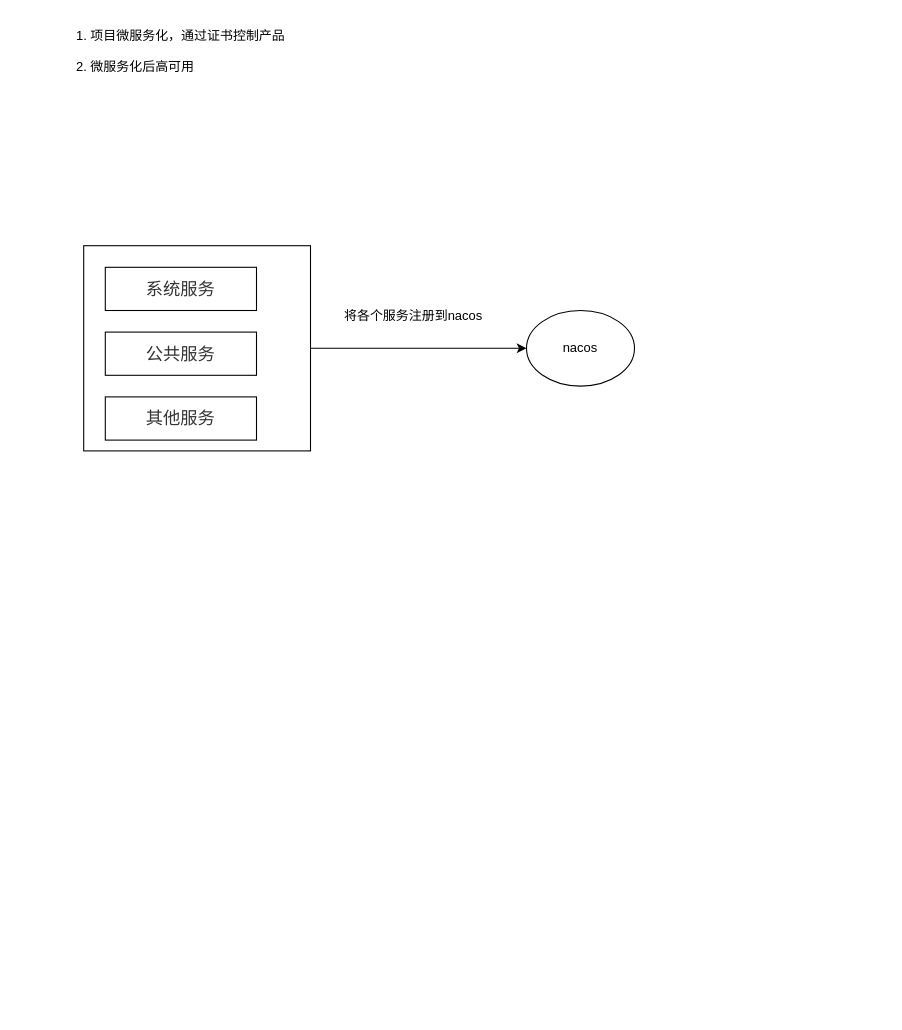
Above: 微服务化.drawio in Rodma1/draw (draw.io), before the change. Source tidied: cells renumbered, new cells numbered last; positions are measured from the earlier drawing's top-left corner, leaving out a move shared by most shapes. Both pictures are drawn from the tidied source at 108%, with x=0, y=0 at pixel (51, 18).
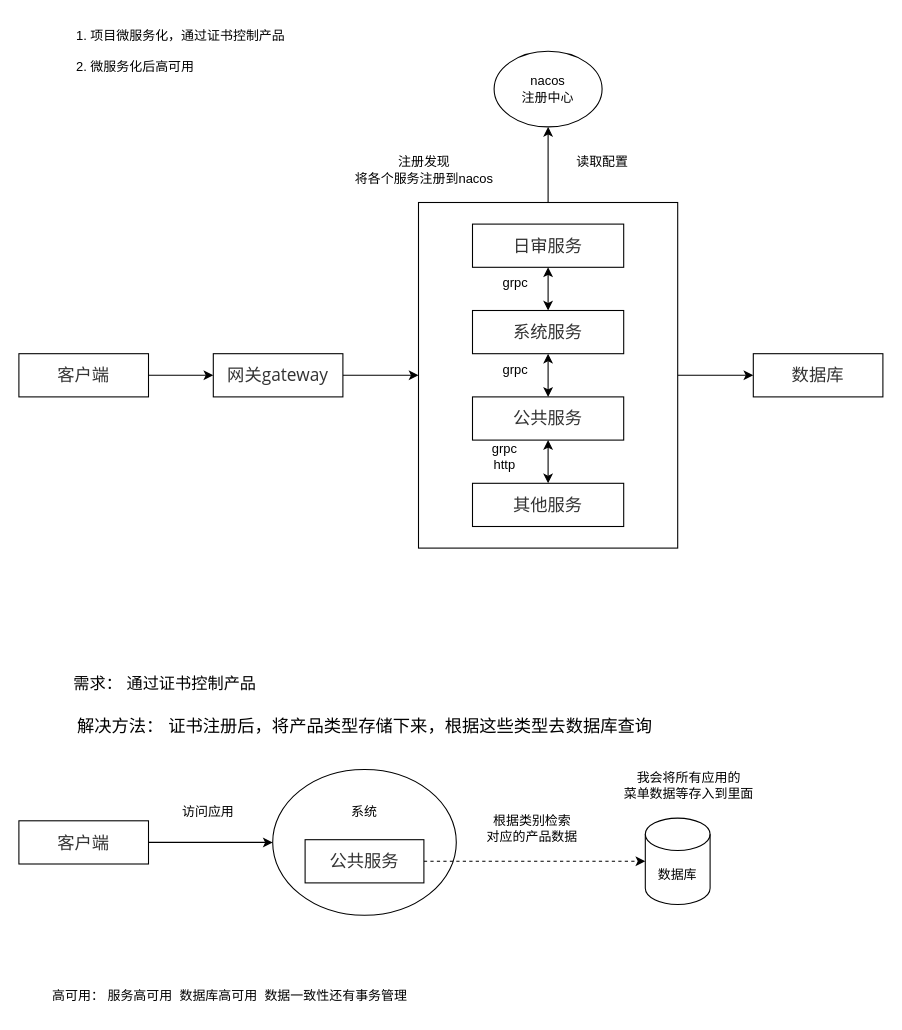
The same page after the edit.

Commit message (it also covers changes not shown here):
更新微服务化.drawio

Change to the diagram source:
```diff
@@
+    <mxCell id="10" style="ellipse;whiteSpace=wrap;html=1;" parent="1" vertex="1">
+      <mxGeometry x="205" y="695" width="170" height="135" as="geometry" />
+    </mxCell>
-    <mxCell id="2" style="edgeStyle=orthogonalEdgeStyle;rounded=0;jettySize=auto;html=1;entryX=0;entryY=0.5;entryDx=0;entryDy=0;" parent="1" edge="1" source="3" target="8">
+    <mxCell id="2" style="edgeStyle=orthogonalEdgeStyle;rounded=0;jettySize=auto;html=1;entryX=0.5;entryY=1;entryDx=0;entryDy=0;" parent="1" edge="1" source="3" target="8">
       <mxGeometry relative="1" as="geometry" />
     </mxCell>
+    <mxCell id="11" style="edgeStyle=orthogonalEdgeStyle;rounded=0;jettySize=auto;html=1;entryX=0;entryY=0.5;entryDx=0;entryDy=0;" parent="1" edge="1" source="3" target="35">
+      <mxGeometry relative="1" as="geometry" />
+    </mxCell>
     <mxCell id="3" style="whiteSpace=wrap;html=1;" parent="1" vertex="1">
-      <mxGeometry x="30" y="210" width="210" height="190" as="geometry" />
+      <mxGeometry x="340" y="170" width="240" height="320" as="geometry" />
     </mxCell>
@@
+    <mxCell id="12" value="&lt;span style=&quot;color: rgb(51, 51, 51); font-family: &amp;quot;Open Sans&amp;quot;, &amp;quot;Clear Sans&amp;quot;, &amp;quot;Helvetica Neue&amp;quot;, Helvetica, Arial, &amp;quot;Segoe UI Emoji&amp;quot;, sans-serif; font-size: 16px; orphans: 4; text-align: start; white-space-collapse: preserve; background-color: rgb(255, 255, 255);&quot;&gt;日审服务&lt;/span&gt;" style="rounded=0;whiteSpace=wrap;html=1;" parent="1" vertex="1">
+      <mxGeometry x="390" y="190" width="140" height="40" as="geometry" />
+    </mxCell>
     <mxCell id="5" value="&lt;span style=&quot;color: rgb(51, 51, 51); font-family: &amp;quot;Open Sans&amp;quot;, &amp;quot;Clear Sans&amp;quot;, &amp;quot;Helvetica Neue&amp;quot;, Helvetica, Arial, &amp;quot;Segoe UI Emoji&amp;quot;, sans-serif; font-size: 16px; orphans: 4; text-align: start; white-space-collapse: preserve; background-color: rgb(255, 255, 255);&quot;&gt;公共服务&lt;/span&gt;" style="rounded=0;whiteSpace=wrap;html=1;" parent="1" vertex="1">
-      <mxGeometry x="50" y="290" width="140" height="40" as="geometry" />
+      <mxGeometry x="390" y="350" width="140" height="40" as="geometry" />
     </mxCell>
     <mxCell id="6" value="&lt;span style=&quot;color: rgb(51, 51, 51); font-family: &amp;quot;Open Sans&amp;quot;, &amp;quot;Clear Sans&amp;quot;, &amp;quot;Helvetica Neue&amp;quot;, Helvetica, Arial, &amp;quot;Segoe UI Emoji&amp;quot;, sans-serif; font-size: 16px; orphans: 4; text-align: start; white-space-collapse: preserve; background-color: rgb(255, 255, 255);&quot;&gt;系统服务&lt;/span&gt;" style="rounded=0;whiteSpace=wrap;html=1;" parent="1" vertex="1">
-      <mxGeometry x="50" y="230" width="140" height="40" as="geometry" />
+      <mxGeometry x="390" y="270" width="140" height="40" as="geometry" />
     </mxCell>
     <mxCell id="7" value="&lt;div style=&quot;orphans: 4; text-align: start;&quot;&gt;&lt;font face=&quot;Open Sans, Clear Sans, Helvetica Neue, Helvetica, Arial, Segoe UI Emoji, sans-serif&quot; color=&quot;#333333&quot;&gt;&lt;span style=&quot;font-size: 16px; white-space-collapse: preserve; background-color: rgb(255, 255, 255);&quot;&gt;其他服务&lt;/span&gt;&lt;/font&gt;&lt;/div&gt;" style="rounded=0;whiteSpace=wrap;html=1;" parent="1" vertex="1">
-      <mxGeometry x="50" y="350" width="140" height="40" as="geometry" />
+      <mxGeometry x="390" y="430" width="140" height="40" as="geometry" />
     </mxCell>
-    <mxCell id="8" value="nacos" style="ellipse;whiteSpace=wrap;html=1;" parent="1" vertex="1">
-      <mxGeometry x="440" y="270" width="100" height="70" as="geometry" />
+    <mxCell id="8" value="nacos&lt;div&gt;注册中心&lt;/div&gt;" style="ellipse;whiteSpace=wrap;html=1;" parent="1" vertex="1">
+      <mxGeometry x="410" y="30" width="100" height="70" as="geometry" />
     </mxCell>
-    <mxCell id="9" value="将各个服务注册到nacos" style="text;html=1;align=center;verticalAlign=middle;strokeColor=none;fillColor=none;" parent="1" vertex="1">
-      <mxGeometry x="260" y="260" width="150" height="30" as="geometry" />
+    <mxCell id="9" value="&lt;div&gt;注册发现&lt;/div&gt;将各个服务注册到nacos" style="text;html=1;align=center;verticalAlign=middle;strokeColor=none;fillColor=none;" parent="1" vertex="1">
+      <mxGeometry x="270" y="120" width="150" height="40" as="geometry" />
     </mxCell>
+    <mxCell id="13" style="edgeStyle=orthogonalEdgeStyle;rounded=0;jettySize=auto;html=1;dashed=1;" parent="1" edge="1" source="14">
+      <mxGeometry relative="1" as="geometry">
+        <mxPoint x="550" y="780" as="targetPoint" />
+      </mxGeometry>
+    </mxCell>
+    <mxCell id="14" value="&lt;span style=&quot;color: rgb(51, 51, 51); font-family: &amp;quot;Open Sans&amp;quot;, &amp;quot;Clear Sans&amp;quot;, &amp;quot;Helvetica Neue&amp;quot;, Helvetica, Arial, &amp;quot;Segoe UI Emoji&amp;quot;, sans-serif; font-size: 16px; orphans: 4; text-align: start; white-space-collapse: preserve; background-color: rgb(255, 255, 255);&quot;&gt;公共服务&lt;/span&gt;" style="rounded=0;whiteSpace=wrap;html=1;" parent="1" vertex="1">
+      <mxGeometry x="235" y="760" width="110" height="40" as="geometry" />
+    </mxCell>
+    <mxCell id="15" value="&lt;font style=&quot;font-size: 15px;&quot;&gt;需求： 通过证书控制产品&lt;/font&gt;" style="text;html=1;align=center;verticalAlign=middle;strokeColor=none;fillColor=none;" parent="1" vertex="1">
+      <mxGeometry x="10" y="600" width="190" height="30" as="geometry" />
+    </mxCell>
+    <mxCell id="16" value="&lt;font style=&quot;font-size: 16px;&quot;&gt;解决方法： 证书注册后，将产品类型存储下来，根据这些类型去数据库查询&lt;/font&gt;" style="text;html=1;align=center;verticalAlign=middle;strokeColor=none;fillColor=none;" parent="1" vertex="1">
+      <mxGeometry x="10" y="640" width="560" height="30" as="geometry" />
+    </mxCell>
+    <mxCell id="17" style="edgeStyle=orthogonalEdgeStyle;rounded=0;jettySize=auto;html=1;entryX=0;entryY=0.5;entryDx=0;entryDy=0;" parent="1" edge="1" source="18" target="10">
+      <mxGeometry relative="1" as="geometry" />
+    </mxCell>
+    <mxCell id="18" value="&lt;span style=&quot;color: rgb(51, 51, 51); font-family: &amp;quot;Open Sans&amp;quot;, &amp;quot;Clear Sans&amp;quot;, &amp;quot;Helvetica Neue&amp;quot;, Helvetica, Arial, &amp;quot;Segoe UI Emoji&amp;quot;, sans-serif; font-size: 16px; orphans: 4; text-align: start; white-space-collapse: preserve; background-color: rgb(255, 255, 255);&quot;&gt;客户端&lt;/span&gt;" style="rounded=0;whiteSpace=wrap;html=1;" parent="1" vertex="1">
+      <mxGeometry x="-30" y="742.5" width="120" height="40" as="geometry" />
+    </mxCell>
+    <mxCell id="19" value="系统" style="text;html=1;align=center;verticalAlign=middle;whiteSpace=wrap;rounded=0;" parent="1" vertex="1">
+      <mxGeometry x="260" y="720" width="60" height="30" as="geometry" />
+    </mxCell>
+    <mxCell id="20" value="访问应用" style="text;html=1;align=center;verticalAlign=middle;strokeColor=none;fillColor=none;" parent="1" vertex="1">
+      <mxGeometry x="110" y="720" width="70" height="30" as="geometry" />
+    </mxCell>
+    <mxCell id="21" value="根据类别检索&lt;div&gt;对应的产品数据&lt;/div&gt;" style="text;html=1;align=center;verticalAlign=middle;strokeColor=none;fillColor=none;" parent="1" vertex="1">
+      <mxGeometry x="390" y="730" width="110" height="40" as="geometry" />
+    </mxCell>
+    <mxCell id="22" value="数据库" style="shape=cylinder3;whiteSpace=wrap;html=1;boundedLbl=1;backgroundOutline=1;size=15;" parent="1" vertex="1">
+      <mxGeometry x="550" y="740" width="60" height="80" as="geometry" />
+    </mxCell>
+    <mxCell id="23" value="我会将所有应用的&lt;div&gt;菜单数据等存入到里面&lt;/div&gt;" style="text;html=1;align=center;verticalAlign=middle;strokeColor=none;fillColor=none;" parent="1" vertex="1">
+      <mxGeometry x="520" y="690" width="140" height="40" as="geometry" />
+    </mxCell>
+    <mxCell id="24" value="高可用： 服务高可用&amp;nbsp; 数据库高可用&amp;nbsp; 数据一致性还有事务管理" style="text;html=1;align=center;verticalAlign=middle;strokeColor=none;fillColor=none;" parent="1" vertex="1">
+      <mxGeometry x="-10" y="890" width="350" height="30" as="geometry" />
+    </mxCell>
+    <mxCell id="25" style="edgeStyle=orthogonalEdgeStyle;rounded=0;jettySize=auto;html=1;" parent="1" edge="1" source="26" target="28">
+      <mxGeometry relative="1" as="geometry" />
+    </mxCell>
+    <mxCell id="26" value="&lt;span style=&quot;color: rgb(51, 51, 51); font-family: &amp;quot;Open Sans&amp;quot;, &amp;quot;Clear Sans&amp;quot;, &amp;quot;Helvetica Neue&amp;quot;, Helvetica, Arial, &amp;quot;Segoe UI Emoji&amp;quot;, sans-serif; font-size: 16px; orphans: 4; text-align: start; white-space-collapse: preserve; background-color: rgb(255, 255, 255);&quot;&gt;客户端&lt;/span&gt;" style="rounded=0;whiteSpace=wrap;html=1;" parent="1" vertex="1">
+      <mxGeometry x="-30" y="310" width="120" height="40" as="geometry" />
+    </mxCell>
+    <mxCell id="27" style="edgeStyle=orthogonalEdgeStyle;rounded=0;jettySize=auto;html=1;" parent="1" edge="1" source="28" target="3">
+      <mxGeometry relative="1" as="geometry" />
+    </mxCell>
+    <mxCell id="28" value="&lt;div style=&quot;orphans: 4; text-align: start;&quot;&gt;&lt;font face=&quot;Open Sans, Clear Sans, Helvetica Neue, Helvetica, Arial, Segoe UI Emoji, sans-serif&quot; color=&quot;#333333&quot;&gt;&lt;span style=&quot;font-size: 16px; white-space-collapse: preserve; background-color: rgb(255, 255, 255);&quot;&gt;网关gateway&lt;/span&gt;&lt;/font&gt;&lt;/div&gt;" style="rounded=0;whiteSpace=wrap;html=1;" parent="1" vertex="1">
+      <mxGeometry x="150" y="310" width="120" height="40" as="geometry" />
+    </mxCell>
+    <mxCell id="29" style="endArrow=classic;startArrow=classic;html=1;rounded=0;entryX=0.5;entryY=1;entryDx=0;entryDy=0;" parent="1" edge="1" source="6" target="12">
+      <mxGeometry relative="1" as="geometry" />
+    </mxCell>
+    <mxCell id="30" value="grpc" style="text;html=1;align=center;verticalAlign=middle;whiteSpace=wrap;rounded=0;" parent="1" vertex="1">
+      <mxGeometry x="400" y="230" width="60" height="30" as="geometry" />
+    </mxCell>
+    <mxCell id="31" style="endArrow=classic;startArrow=classic;html=1;rounded=0;entryX=0.5;entryY=1;entryDx=0;entryDy=0;" parent="1" edge="1">
+      <mxGeometry relative="1" as="geometry">
+        <mxPoint x="460" y="350" as="sourcePoint" />
+        <mxPoint x="460" y="310" as="targetPoint" />
+      </mxGeometry>
+    </mxCell>
+    <mxCell id="32" value="grpc" style="text;html=1;align=center;verticalAlign=middle;whiteSpace=wrap;rounded=0;" parent="1" vertex="1">
+      <mxGeometry x="400" y="310" width="60" height="30" as="geometry" />
+    </mxCell>
+    <mxCell id="33" style="endArrow=classic;startArrow=classic;html=1;rounded=0;entryX=0.5;entryY=1;entryDx=0;entryDy=0;exitX=0.5;exitY=0;exitDx=0;exitDy=0;" parent="1" edge="1" source="7" target="5">
+      <mxGeometry relative="1" as="geometry" />
+    </mxCell>
+    <mxCell id="34" value="grpc&lt;div&gt;http&lt;/div&gt;" style="text;html=1;align=center;verticalAlign=middle;whiteSpace=wrap;rounded=0;" parent="1" vertex="1">
+      <mxGeometry x="390" y="390" width="60" height="30" as="geometry" />
+    </mxCell>
+    <mxCell id="35" value="&lt;div style=&quot;orphans: 4; text-align: start;&quot;&gt;&lt;font face=&quot;Open Sans, Clear Sans, Helvetica Neue, Helvetica, Arial, Segoe UI Emoji, sans-serif&quot; color=&quot;#333333&quot;&gt;&lt;span style=&quot;font-size: 16px; white-space-collapse: preserve; background-color: rgb(255, 255, 255);&quot;&gt;数据库&lt;/span&gt;&lt;/font&gt;&lt;/div&gt;" style="rounded=0;whiteSpace=wrap;html=1;" parent="1" vertex="1">
+      <mxGeometry x="650" y="310" width="120" height="40" as="geometry" />
+    </mxCell>
+    <mxCell id="36" value="读取配置" style="text;html=1;align=center;verticalAlign=middle;strokeColor=none;fillColor=none;" parent="1" vertex="1">
+      <mxGeometry x="475" y="118" width="70" height="30" as="geometry" />
+    </mxCell>
```
